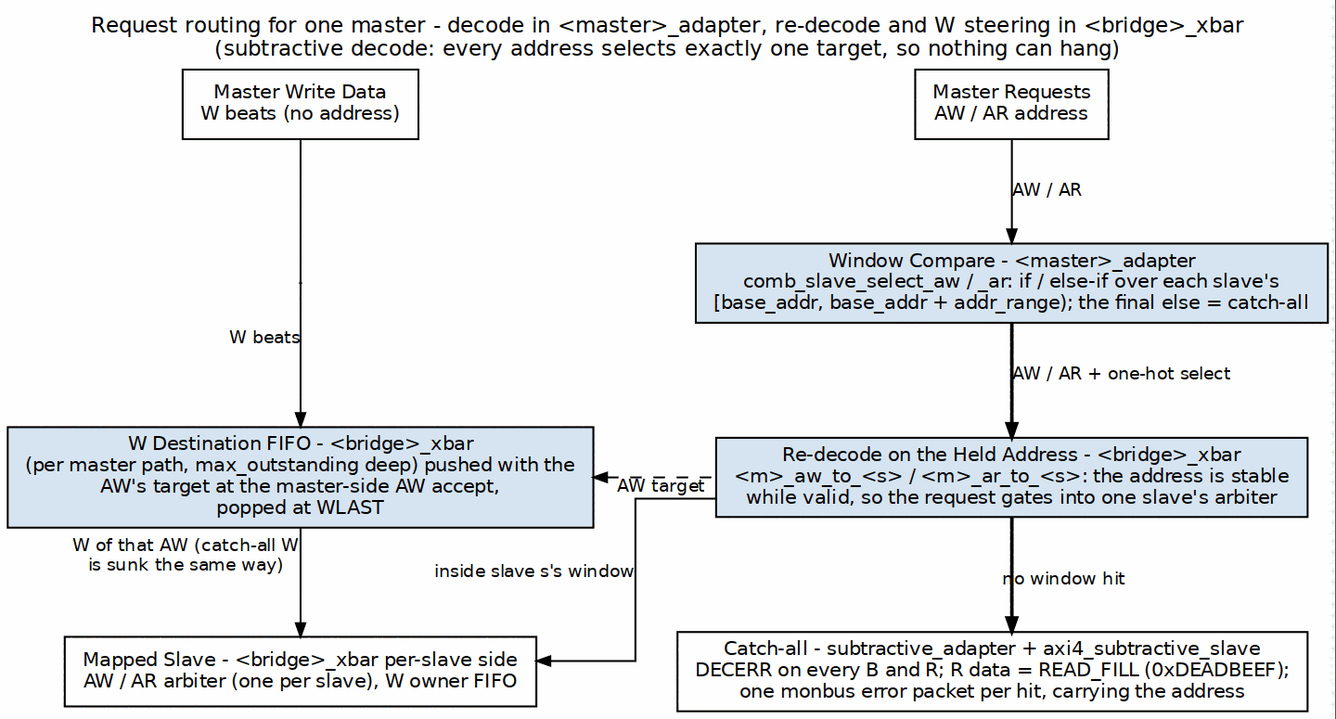
sean-galloway/RTLDesignSherpa keeps this Graphviz diagram as projects/components/fabric-gen-ip/bridge/docs/bridge_mas/assets/graphviz/slave_router.png. Above is the earlier version. Its source is kept beside it as projects/components/fabric-gen-ip/bridge/docs/bridge_mas/assets/graphviz/slave_router.dot.
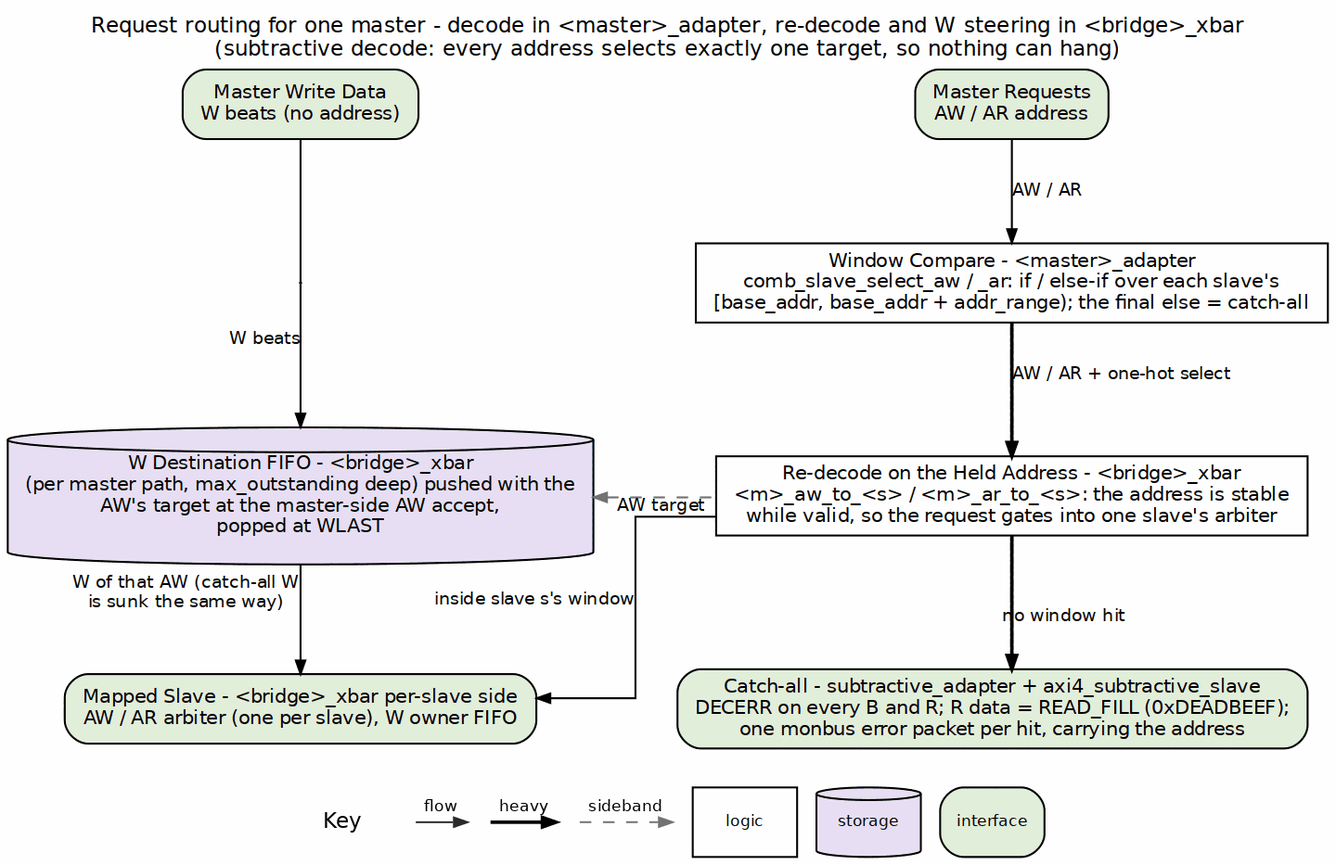
After the change.

The edit, as a diff of the source:
```diff
@@ -3,26 +3,26 @@
            nodesep="0.45", ranksep="0.60", splines=ortho, labelloc=t,
            label="Request routing for one master - decode in <master>_adapter, re-decode and W steering in <bridge>_xbar\n(subtractive decode: every address selects exactly one target, so nothing can hang)"];
     node  [fontname="Helvetica", fontsize=10, shape=box, style=filled,
-           fillcolor="#D6E4F0", color="black", margin="0.12,0.06"];
+           fillcolor="white", color="black", margin="0.12,0.06"];
     edge  [fontname="Helvetica", fontsize=9, color="black", arrowsize=0.7];
 
-    pw [label="Master Write Data\nW beats (no address)", fillcolor="white", group=L];
-    pc [label="Master Requests\nAW / AR address", fillcolor="white", group=C];
+    pw [label="Master Write Data\nW beats (no address)", fillcolor="white", group=L, style="rounded,filled", fillcolor="#E2EFDA"];
+    pc [label="Master Requests\nAW / AR address", fillcolor="white", group=C, style="rounded,filled", fillcolor="#E2EFDA"];
     { rank=same; pw; pc; }
     pw -> pc [style=invis];
 
     p1 [shape=point, width=0.01, label="", group=L];
-    dec [label="Window Compare - <master>_adapter\ncomb_slave_select_aw / _ar: if / else-if over each slave's\n[base_addr, base_addr + addr_range); the final else = catch-all", group=C];
+    dec [label="Window Compare - <master>_adapter\ncomb_slave_select_aw / _ar: if / else-if over each slave's\n[base_addr, base_addr + addr_range); the final else = catch-all", group=C, style="filled", fillcolor="white"];
     { rank=same; p1; dec; }
     p1 -> dec [style=invis];
 
-    wdest [label="W Destination FIFO - <bridge>_xbar\n(per master path, max_outstanding deep) pushed with the\nAW's target at the master-side AW accept,\npopped at WLAST", group=L];
-    rdec [label="Re-decode on the Held Address - <bridge>_xbar\n<m>_aw_to_<s> / <m>_ar_to_<s>: the address is stable\nwhile valid, so the request gates into one slave's arbiter", group=C];
+    wdest [label="W Destination FIFO - <bridge>_xbar\n(per master path, max_outstanding deep) pushed with the\nAW's target at the master-side AW accept,\npopped at WLAST", group=L, shape=cylinder, style="filled", fillcolor="#E8DFF5"];
+    rdec [label="Re-decode on the Held Address - <bridge>_xbar\n<m>_aw_to_<s> / <m>_ar_to_<s>: the address is stable\nwhile valid, so the request gates into one slave's arbiter", group=C, style="filled", fillcolor="white"];
     { rank=same; wdest; rdec; }
     wdest -> rdec [style=invis];
 
-    slv [label="Mapped Slave - <bridge>_xbar per-slave side\nAW / AR arbiter (one per slave), W owner FIFO", fillcolor="white", group=L];
-    cat [group=R, label="Catch-all - subtractive_adapter + axi4_subtractive_slave\nDECERR on every B and R; R data = READ_FILL (0xDEADBEEF);\none monbus error packet per hit, carrying the address", fillcolor="white"];
+    slv [label="Mapped Slave - <bridge>_xbar per-slave side\nAW / AR arbiter (one per slave), W owner FIFO", fillcolor="white", group=L, style="rounded,filled", fillcolor="#E2EFDA"];
+    cat [group=R, label="Catch-all - subtractive_adapter + axi4_subtractive_slave\nDECERR on every B and R; R data = READ_FILL (0xDEADBEEF);\none monbus error packet per hit, carrying the address", fillcolor="white", style="rounded,filled", fillcolor="#E2EFDA"];
     { rank=same; slv; cat; }
     slv -> cat [style=invis];
 
@@ -30,7 +30,7 @@
     p1 -> wdest [xlabel="W beats"];
     pc -> dec [label="AW / AR"];
     dec -> rdec [label="AW / AR + one-hot select", penwidth=1.8];
-    wdest -> rdec [style=dashed, dir=back, xlabel="AW target"];
+    wdest -> rdec [style=dashed, color="#777777", dir=back, xlabel="AW target"];
     wdest -> slv [xlabel="W of that AW (catch-all W\nis sunk the same way)"];
     rdec -> slv [xlabel="inside slave s's window"];
     rdec -> cat [label="no window hit", penwidth=1.8];
```
